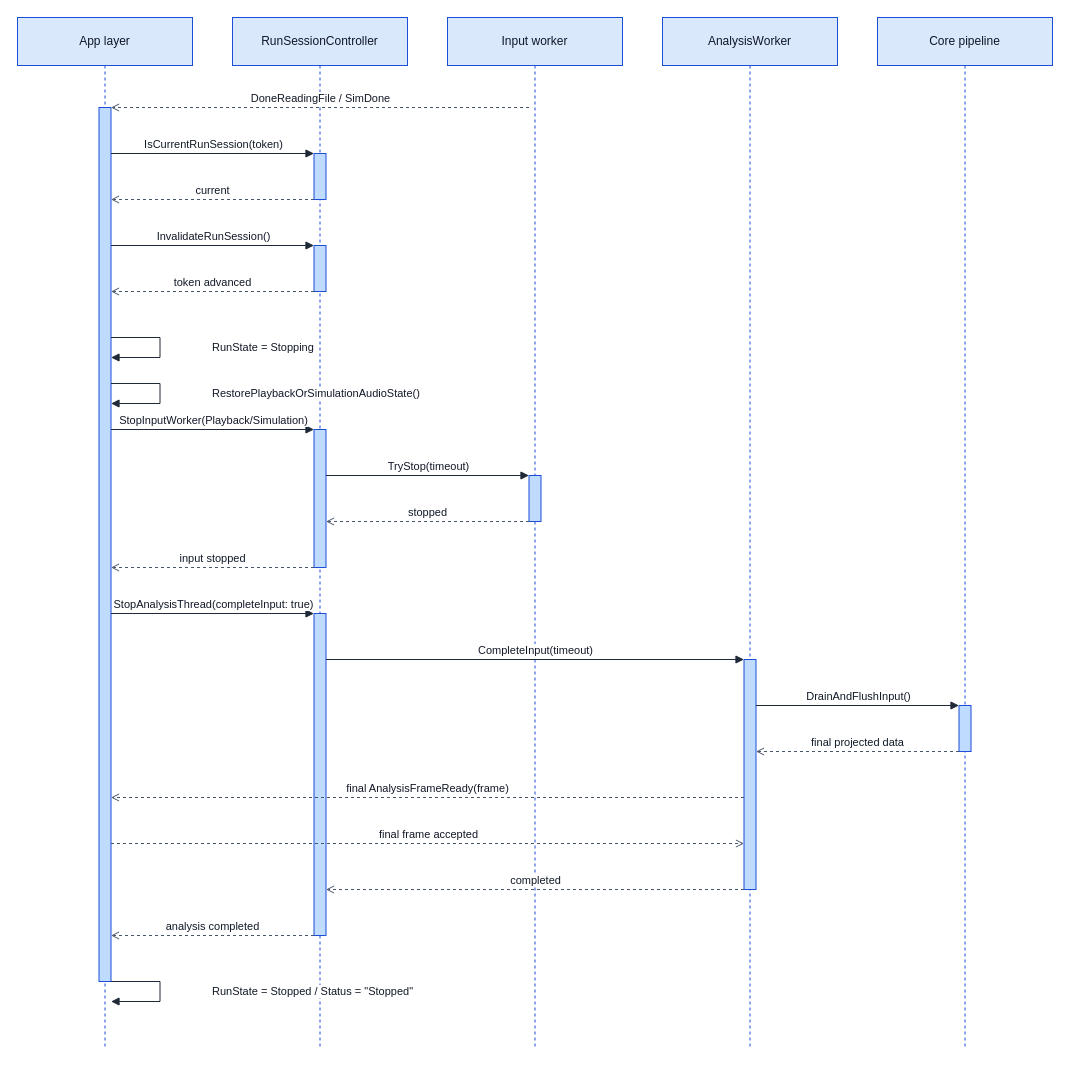
This is page "Level 2.5 · Playback 자연 종료" (6 of 7) of docs/architecture/Sequence/sequence.drawio from Jae-hong-5/TimeGrapher-Net, a draw.io file, before an edit. Source tidied: cells renumbered, new cells numbered last; positions are measured from the earlier drawing's top-left corner, leaving out a move shared by most shapes. Both pictures are drawn from the tidied source at 100%, with x=0, y=0 at pixel (17, 17).
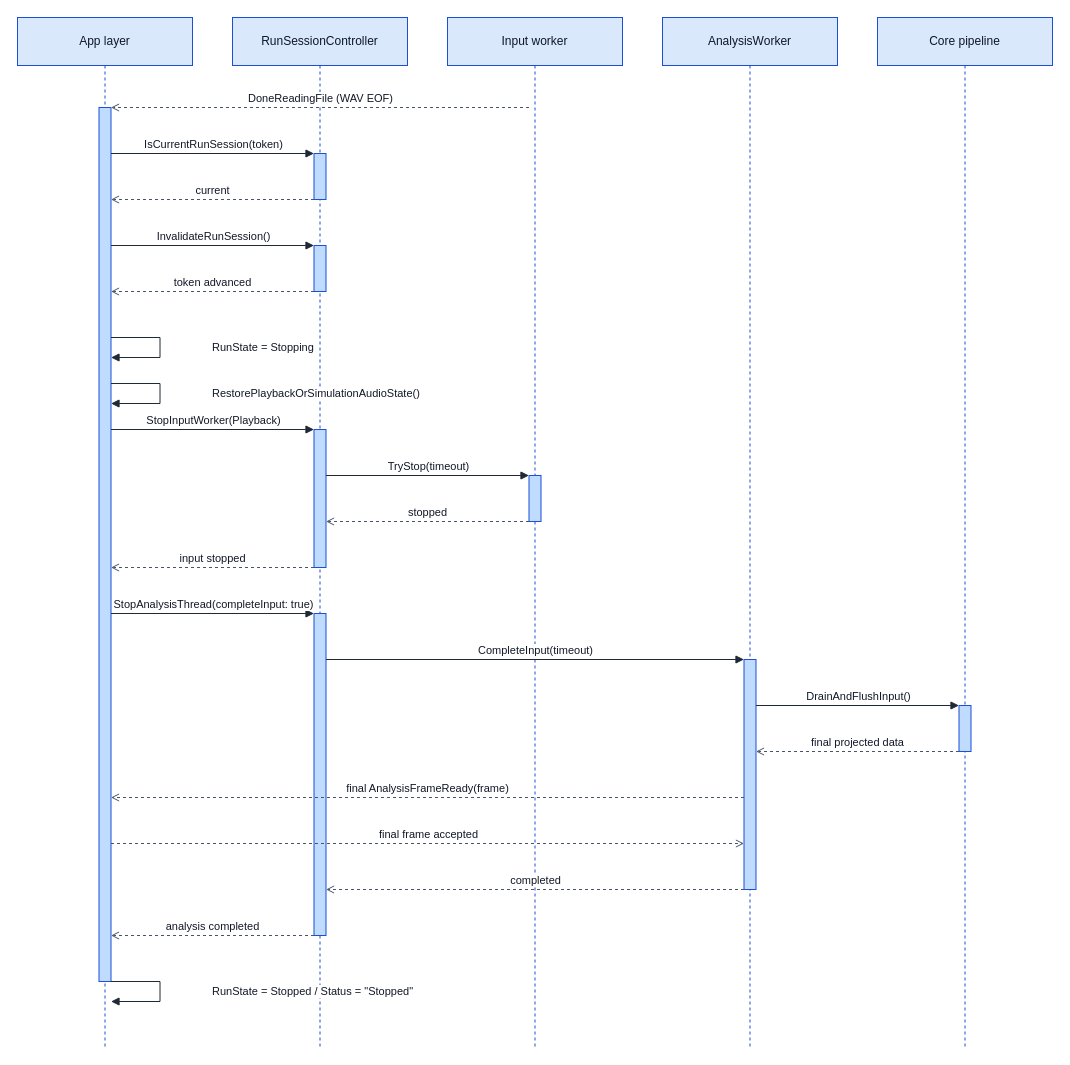
The same page after the edit.

Commit message (it also covers changes not shown here):
docs(sequence): fix Simulation termination and loop bounds vs code

The edit, as a diff of the source:
```diff
@@
-    <mxCell id="15" value="DoneReadingFile / SimDone" style="html=1;verticalAlign=bottom;startArrow=none;endArrow=open;dashed=1;rounded=0;labelBackgroundColor=#ffffff;strokeColor=#475569;fontColor=#111827;labelBorderColor=none;" parent="1" edge="1">
+    <mxCell id="15" value="DoneReadingFile (WAV EOF)" style="html=1;verticalAlign=bottom;startArrow=none;endArrow=open;dashed=1;rounded=0;labelBackgroundColor=#ffffff;strokeColor=#475569;fontColor=#111827;labelBorderColor=none;" parent="1" edge="1">
       <mxGeometry relative="1" as="geometry">
         <mxPoint x="511.5" y="90" as="sourcePoint" />
         <mxPoint x="93.5" y="90" as="targetPoint" />
       </mxGeometry>
     </mxCell>
@@
-    <mxCell id="22" value="StopInputWorker(Playback/Simulation)" style="html=1;verticalAlign=bottom;startArrow=none;endArrow=block;rounded=0;labelBackgroundColor=#ffffff;strokeColor=#1f2937;fontColor=#111827;labelBorderColor=none;" parent="1" edge="1">
+    <mxCell id="22" value="StopInputWorker(Playback)" style="html=1;verticalAlign=bottom;startArrow=none;endArrow=block;rounded=0;labelBackgroundColor=#ffffff;strokeColor=#1f2937;fontColor=#111827;labelBorderColor=none;" parent="1" edge="1">
       <mxGeometry relative="1" as="geometry">
         <mxPoint x="93.5" y="412" as="sourcePoint" />
         <mxPoint x="296.5" y="412" as="targetPoint" />
       </mxGeometry>
     </mxCell>
```
